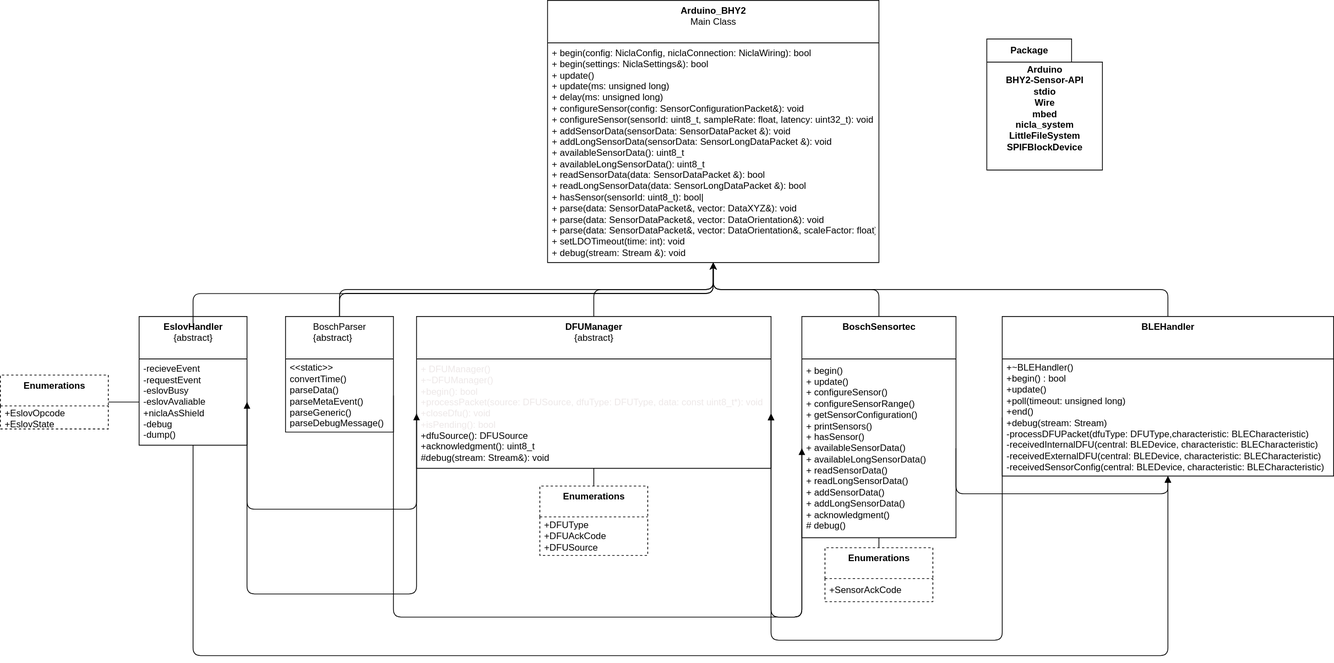
Above: Arduino_BHY2/Arduino_BHY2.UML.drawio.svg in arduino/nicla-sense-me-fw (draw.io), before the change. Source tidied: cells renumbered, new cells last; positions are measured from the earlier drawing's top-left corner, leaving out a move shared by most shapes.
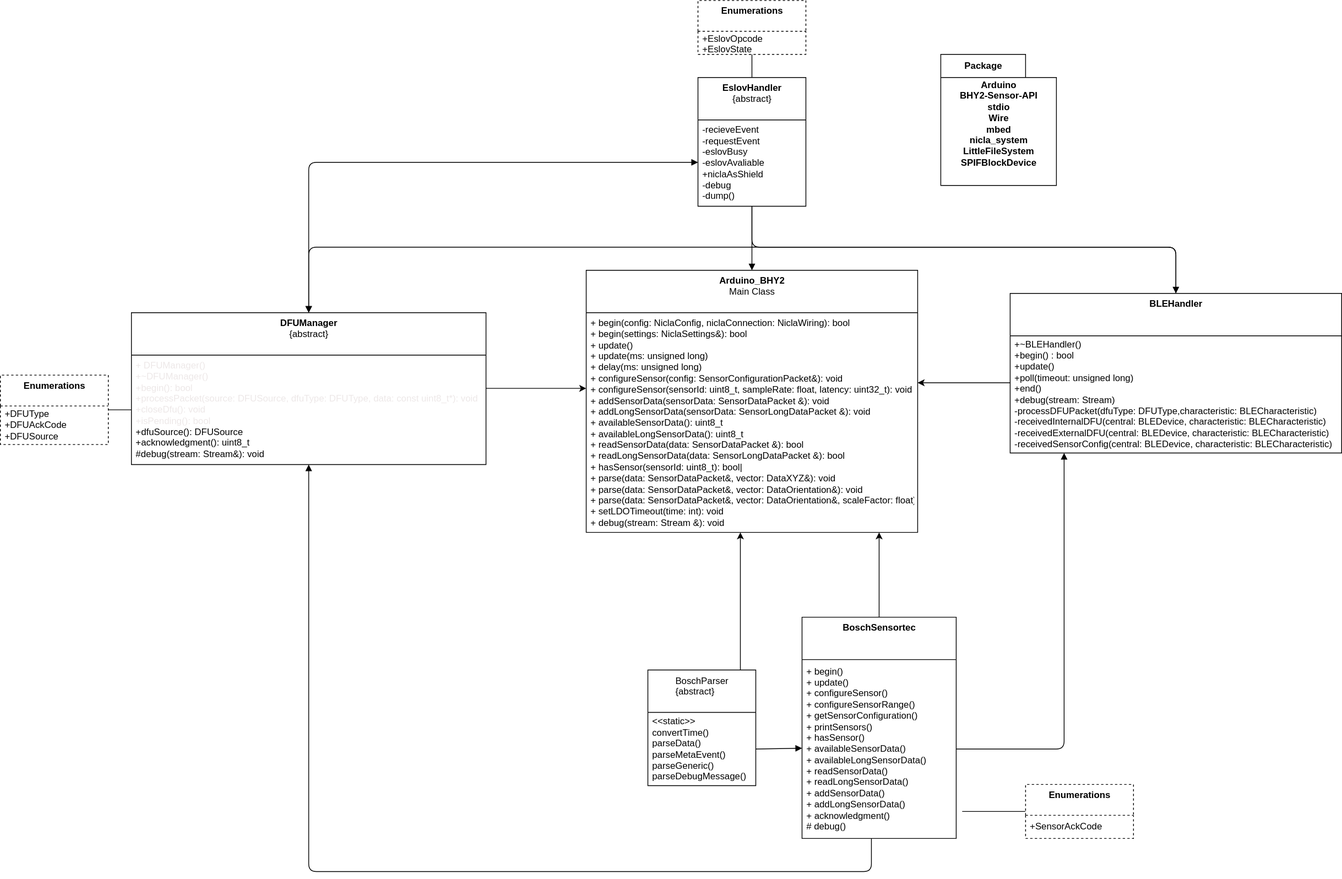
After the commit.

Commit message:
Tidy up position and lines

What changed in the source:
```diff
@@ -3,81 +3,89 @@
     <mxCell id="0" />
     <mxCell id="1" parent="0" />
     <mxCell id="2" value="&lt;b&gt;EslovHandler&lt;br&gt;&lt;/b&gt;{abstract}" style="swimlane;fontStyle=0;align=center;verticalAlign=top;horizontal=1;startSize=55;html=1;" parent="1" vertex="1">
-      <mxGeometry x="180" y="410" width="140" height="167" as="geometry" />
+      <mxGeometry x="755" y="-370" width="140" height="167" as="geometry" />
     </mxCell>
     <mxCell id="3" value="-recieveEvent&lt;br&gt;-requestEvent&lt;br&gt;-eslovBusy&lt;br&gt;-eslovAvaliable&lt;br&gt;+niclaAsShield&lt;br&gt;-debug&lt;br&gt;-dump()" style="text;html=1;strokeColor=none;fillColor=none;align=left;verticalAlign=middle;spacingLeft=4;spacingRight=4;overflow=hidden;points=[[0,0.5],[1,0.5]];portConstraint=eastwest;" parent="2" vertex="1">
       <mxGeometry y="55" width="140" height="112" as="geometry" />
     </mxCell>
-    <mxCell id="4" style="edgeStyle=none;html=1;exitX=1;exitY=0.5;exitDx=0;exitDy=0;entryX=0;entryY=0.5;entryDx=0;entryDy=0;elbow=vertical;endArrow=none;endFill=0;exitPerimeter=0;" parent="1" edge="1" source="5" target="3">
+    <mxCell id="4" style="edgeStyle=none;html=1;entryX=0.5;entryY=0;entryDx=0;entryDy=0;elbow=vertical;endArrow=none;endFill=0;" parent="1" edge="1" source="6" target="2">
       <mxGeometry relative="1" as="geometry" />
     </mxCell>
     <mxCell id="5" value="&lt;b&gt;Enumerations&lt;/b&gt;" style="swimlane;fontStyle=0;align=center;verticalAlign=top;horizontal=1;startSize=40;html=1;rounded=0;dashed=1;" parent="1" vertex="1">
-      <mxGeometry y="486" width="140" height="70" as="geometry" />
+      <mxGeometry x="755" y="-470" width="140" height="70" as="geometry" />
     </mxCell>
     <mxCell id="6" value="+EslovOpcode&lt;br&gt;+EslovState" style="text;html=1;strokeColor=none;fillColor=none;align=left;verticalAlign=middle;spacingLeft=4;spacingRight=4;overflow=hidden;points=[[0,0.5],[1,0.5]];portConstraint=eastwest;rounded=0;dashed=1;" parent="5" vertex="1">
       <mxGeometry y="40" width="140" height="30" as="geometry" />
     </mxCell>
     <mxCell id="7" value="&lt;b&gt;DFUManager&lt;br&gt;&lt;/b&gt;{abstract}" style="swimlane;fontStyle=0;align=center;verticalAlign=top;horizontal=1;startSize=55;html=1;" parent="1" vertex="1">
-      <mxGeometry x="540" y="410" width="460" height="197" as="geometry" />
+      <mxGeometry x="20" y="-65" width="460" height="197" as="geometry" />
     </mxCell>
     <mxCell id="8" value="&lt;font color=&quot;#ede8e8&quot; style=&quot;&quot;&gt;+ DFUManager()&lt;br&gt;+~DFUManager()&lt;br&gt;+begin(): bool&lt;br&gt;+processPacket(source: DFUSource, dfuType: DFUType, data: const uint8_t*): void&lt;br&gt;&lt;/font&gt;&lt;span style=&quot;border: 0px solid rgb(217, 217, 227); box-sizing: border-box; --tw-border-spacing-x:0; --tw-border-spacing-y:0; --tw-translate-x:0; --tw-translate-y:0; --tw-rotate:0; --tw-skew-x:0; --tw-skew-y:0; --tw-scale-x:1; --tw-scale-y:1; --tw-pan-x: ; --tw-pan-y: ; --tw-pinch-zoom: ; --tw-scroll-snap-strictness:proximity; --tw-ordinal: ; --tw-slashed-zero: ; --tw-numeric-figure: ; --tw-numeric-spacing: ; --tw-numeric-fraction: ; --tw-ring-inset: ; --tw-ring-offset-width:0px; --tw-ring-offset-color:#fff; --tw-ring-color:rgba(59,130,246,0.5); --tw-ring-offset-shadow:0 0 transparent; --tw-ring-shadow:0 0 transparent; --tw-shadow:0 0 transparent; --tw-shadow-colored:0 0 transparent; --tw-blur: ; --tw-brightness: ; --tw-contrast: ; --tw-grayscale: ; --tw-hue-rotate: ; --tw-invert: ; --tw-saturate: ; --tw-sepia: ; --tw-drop-shadow: ; --tw-backdrop-blur: ; --tw-backdrop-brightness: ; --tw-backdrop-contrast: ; --tw-backdrop-grayscale: ; --tw-backdrop-hue-rotate: ; --tw-backdrop-invert: ; --tw-backdrop-opacity: ; --tw-backdrop-saturate: ; --tw-backdrop-sepia: ;&quot; class=&quot;hljs-type&quot;&gt;&lt;font color=&quot;#ede8e8&quot;&gt;+closeDfu(): void&lt;br&gt;+isPending(): bool&lt;br&gt;&lt;/font&gt;+dfuSource(): DFUSource&lt;br&gt;+acknowledgment(): uint8_t &lt;br&gt;#debug(stream: Stream&amp;amp;): void&lt;br&gt;&lt;/span&gt;" style="text;html=1;strokeColor=none;fillColor=none;align=left;verticalAlign=middle;spacingLeft=4;spacingRight=4;overflow=hidden;points=[[0,0.5],[1,0.5]];portConstraint=eastwest;" parent="7" vertex="1">
       <mxGeometry y="55" width="460" height="142" as="geometry" />
     </mxCell>
     <mxCell id="9" style="edgeStyle=elbowEdgeStyle;elbow=vertical;html=1;" parent="1" edge="1" source="12" target="17">
-      <mxGeometry relative="1" as="geometry" />
+      <mxGeometry relative="1" as="geometry">
+        <Array as="points">
+          <mxPoint x="810" y="270" />
+        </Array>
+      </mxGeometry>
     </mxCell>
     <mxCell id="10" value="&lt;b&gt;BoschSensortec&lt;br&gt;&lt;/b&gt;" style="swimlane;fontStyle=0;align=center;verticalAlign=top;horizontal=1;startSize=55;html=1;" parent="1" vertex="1">
-      <mxGeometry x="1040" y="410" width="200" height="287" as="geometry" />
+      <mxGeometry x="890" y="330" width="200" height="287" as="geometry" />
     </mxCell>
     <mxCell id="11" value="+ begin()&lt;br&gt;+ update()&lt;br&gt;+ configureSensor()&lt;br&gt;+ configureSensorRange()&lt;br&gt;+ getSensorConfiguration()&lt;br&gt;+ printSensors()&lt;br&gt;+ hasSensor()&lt;br&gt;+ availableSensorData()&lt;br&gt;+ availableLongSensorData()&lt;br&gt;+ readSensorData()&lt;br&gt;+ readLongSensorData()&lt;br&gt;+ addSensorData() &lt;br&gt;+ addLongSensorData()&lt;br&gt;&amp;nbsp;+ acknowledgment()&lt;br&gt;# debug()" style="text;html=1;strokeColor=none;fillColor=none;align=left;verticalAlign=middle;spacingLeft=4;spacingRight=4;overflow=hidden;points=[[0,0.5],[1,0.5]];portConstraint=eastwest;" parent="10" vertex="1">
       <mxGeometry y="55" width="200" height="232" as="geometry" />
     </mxCell>
     <mxCell id="12" value="&lt;span style=&quot;text-align: left;&quot;&gt;BoschParser&lt;br&gt;&lt;div style=&quot;text-align: left;&quot;&gt;&lt;span style=&quot;background-color: initial; text-align: center;&quot;&gt;{abstract}&lt;/span&gt;&lt;/div&gt;&lt;/span&gt;" style="swimlane;fontStyle=0;align=center;verticalAlign=top;horizontal=1;startSize=55;html=1;" parent="1" vertex="1">
-      <mxGeometry x="370" y="410" width="140" height="150" as="geometry" />
+      <mxGeometry x="690" y="398.5" width="140" height="150" as="geometry" />
     </mxCell>
     <mxCell id="13" value="&amp;lt;&amp;lt;static&amp;gt;&amp;gt;&lt;br&gt;convertTime()&lt;br&gt;parseData()&lt;br&gt;parseMetaEvent()&lt;br&gt;parseGeneric()&lt;br&gt;parseDebugMessage()&amp;nbsp;" style="text;html=1;strokeColor=none;fillColor=none;align=left;verticalAlign=middle;spacingLeft=4;spacingRight=4;overflow=hidden;points=[[0,0.5],[1,0.5]];portConstraint=eastwest;" parent="12" vertex="1">
       <mxGeometry y="55" width="140" height="95" as="geometry" />
     </mxCell>
     <mxCell id="14" value="&lt;b&gt;BLEHandler&lt;br&gt;&lt;/b&gt;" style="swimlane;fontStyle=0;align=center;verticalAlign=top;horizontal=1;startSize=55;html=1;" parent="1" vertex="1">
-      <mxGeometry x="1300" y="410" width="430" height="207" as="geometry" />
+      <mxGeometry x="1160" y="-90" width="430" height="207" as="geometry" />
     </mxCell>
     <mxCell id="15" value="+~BLEHandler()&lt;br&gt;+begin() : bool&lt;br&gt;+update()&lt;br&gt;+poll(timeout: unsigned long)&lt;br&gt;+end()&lt;br&gt;+debug(stream: Stream)&lt;br&gt;-processDFUPacket(dfuType: DFUType,characteristic: BLECharacteristic)&lt;br&gt;-receivedInternalDFU(central: BLEDevice, characteristic: BLECharacteristic)&lt;br&gt;-receivedExternalDFU(central: BLEDevice, characteristic: BLECharacteristic)&lt;br&gt;-receivedSensorConfig(central: BLEDevice, characteristic: BLECharacteristic)" style="text;html=1;strokeColor=none;fillColor=none;align=left;verticalAlign=middle;spacingLeft=4;spacingRight=4;overflow=hidden;points=[[0,0.5],[1,0.5]];portConstraint=eastwest;" parent="14" vertex="1">
       <mxGeometry y="55" width="430" height="152" as="geometry" />
     </mxCell>
     <mxCell id="16" value="&lt;b&gt;Arduino_BHY2&lt;/b&gt;&lt;br&gt;Main Class" style="swimlane;fontStyle=0;align=center;verticalAlign=top;horizontal=1;startSize=55;html=1;" parent="1" vertex="1">
-      <mxGeometry x="710" width="430" height="340" as="geometry" />
+      <mxGeometry x="610" y="-120" width="430" height="340" as="geometry" />
     </mxCell>
     <mxCell id="17" value="+ begin(config: NiclaConfig, niclaConnection: NiclaWiring): bool&lt;br&gt;+ begin(settings: NiclaSettings&amp;amp;): bool&lt;br&gt;+ update()&lt;br&gt;+ update(ms: unsigned long)&lt;br&gt;+ delay(ms: unsigned long)&lt;br&gt;+ configureSensor(config: SensorConfigurationPacket&amp;amp;): void&lt;br&gt;+ configureSensor(sensorId: uint8_t, sampleRate: float, latency: uint32_t): void&lt;br&gt;+ addSensorData(sensorData: SensorDataPacket &amp;amp;): void&lt;br&gt;+ addLongSensorData(sensorData: SensorLongDataPacket &amp;amp;): void&lt;br&gt;+ availableSensorData(): uint8_t&lt;br&gt;+ availableLongSensorData(): uint8_t&lt;br&gt;+ readSensorData(data: SensorDataPacket &amp;amp;): bool&lt;br&gt;+ readLongSensorData(data: SensorLongDataPacket &amp;amp;): bool&lt;br&gt;+ hasSensor(sensorId: uint8_t): bool|&lt;br&gt;+ parse(data: SensorDataPacket&amp;amp;, vector: DataXYZ&amp;amp;): void&lt;br&gt;+ parse(data: SensorDataPacket&amp;amp;, vector: DataOrientation&amp;amp;): void&lt;br&gt;+ parse(data: SensorDataPacket&amp;amp;, vector: DataOrientation&amp;amp;, scaleFactor: float): void&lt;br&gt;+ setLDOTimeout(time: int): void&lt;br&gt;+ debug(stream: Stream &amp;amp;): void" style="text;html=1;strokeColor=none;fillColor=none;align=left;verticalAlign=middle;spacingLeft=4;spacingRight=4;overflow=hidden;points=[[0,0.5],[1,0.5]];portConstraint=eastwest;" parent="16" vertex="1">
       <mxGeometry y="55" width="430" height="285" as="geometry" />
     </mxCell>
     <mxCell id="18" value="Package" style="shape=folder;fontStyle=1;tabWidth=110;tabHeight=30;tabPosition=left;html=1;boundedLbl=1;labelInHeader=1;" parent="1" vertex="1">
-      <mxGeometry x="1280" y="50" width="150" height="170" as="geometry" />
+      <mxGeometry x="1070" y="-400" width="150" height="170" as="geometry" />
     </mxCell>
     <mxCell id="19" value="&lt;span style=&quot;font-weight: 700;&quot;&gt;Arduino&lt;/span&gt;&lt;br style=&quot;font-weight: 700;&quot;&gt;&lt;span style=&quot;font-weight: 700;&quot;&gt;BHY2-Sensor-API&lt;/span&gt;&lt;br style=&quot;font-weight: 700;&quot;&gt;&lt;span style=&quot;font-weight: 700;&quot;&gt;stdio&lt;/span&gt;&lt;br style=&quot;font-weight: 700;&quot;&gt;&lt;span style=&quot;font-weight: 700;&quot;&gt;Wire&lt;/span&gt;&lt;br style=&quot;font-weight: 700;&quot;&gt;&lt;span style=&quot;font-weight: 700;&quot;&gt;mbed&lt;/span&gt;&lt;br style=&quot;font-weight: 700;&quot;&gt;&lt;span style=&quot;font-weight: 700;&quot;&gt;nicla_system&lt;/span&gt;&lt;br style=&quot;font-weight: 700;&quot;&gt;&lt;span style=&quot;font-weight: 700;&quot;&gt;LittleFileSystem&lt;/span&gt;&lt;br style=&quot;font-weight: 700;&quot;&gt;&lt;span style=&quot;font-weight: 700;&quot;&gt;SPIFBlockDevice&lt;/span&gt;" style="html=1;strokeColor=none;fillColor=none;" parent="18" vertex="1">
       <mxGeometry width="150" height="119" relative="1" as="geometry">
         <mxPoint y="30" as="offset" />
       </mxGeometry>
     </mxCell>
-    <mxCell id="20" style="edgeStyle=none;html=1;exitX=0.5;exitY=0;exitDx=0;exitDy=0;endArrow=none;endFill=0;elbow=vertical;" parent="1" edge="1" source="21" target="11">
+    <mxCell id="20" style="edgeStyle=none;html=1;exitX=0;exitY=0.5;exitDx=0;exitDy=0;endArrow=none;endFill=0;elbow=vertical;entryX=1.039;entryY=0.849;entryDx=0;entryDy=0;entryPerimeter=0;" parent="1" edge="1" source="21" target="11">
       <mxGeometry relative="1" as="geometry" />
     </mxCell>
     <mxCell id="21" value="&lt;b&gt;Enumerations&lt;/b&gt;" style="swimlane;fontStyle=0;align=center;verticalAlign=top;horizontal=1;startSize=40;html=1;rounded=0;dashed=1;" parent="1" vertex="1">
-      <mxGeometry x="1070" y="710" width="140" height="70" as="geometry" />
+      <mxGeometry x="1180" y="547" width="140" height="70" as="geometry" />
     </mxCell>
     <mxCell id="22" value="+SensorAckCode" style="text;html=1;strokeColor=none;fillColor=none;align=left;verticalAlign=middle;spacingLeft=4;spacingRight=4;overflow=hidden;rounded=0;dashed=1;" parent="21" vertex="1">
       <mxGeometry y="40" width="140" height="30" as="geometry" />
     </mxCell>
-    <mxCell id="23" style="edgeStyle=none;html=1;exitX=0.5;exitY=0;exitDx=0;exitDy=0;endArrow=none;endFill=0;elbow=vertical;" parent="1" edge="1" source="24" target="8">
+    <mxCell id="23" style="edgeStyle=none;html=1;endArrow=none;endFill=0;elbow=vertical;entryX=0;entryY=0.5;entryDx=0;entryDy=0;" parent="1" edge="1" source="24" target="8">
       <mxGeometry relative="1" as="geometry" />
     </mxCell>
     <mxCell id="24" value="&lt;b&gt;Enumerations&lt;/b&gt;" style="swimlane;fontStyle=0;align=center;verticalAlign=top;horizontal=1;startSize=40;html=1;rounded=0;dashed=1;" parent="1" vertex="1">
-      <mxGeometry x="700" y="630" width="140" height="90" as="geometry" />
+      <mxGeometry x="-150" y="16" width="140" height="90" as="geometry" />
     </mxCell>
     <mxCell id="25" value="+DFUType&lt;br&gt;+DFUAckCode&lt;br&gt;+DFUSource" style="text;html=1;strokeColor=none;fillColor=none;align=left;verticalAlign=middle;spacingLeft=4;spacingRight=4;overflow=hidden;rounded=0;dashed=1;" parent="24" vertex="1">
       <mxGeometry y="40" width="140" height="50" as="geometry" />
     </mxCell>
     <mxCell id="26" style="edgeStyle=elbowEdgeStyle;elbow=vertical;html=1;" parent="1" edge="1" source="10" target="17">
-      <mxGeometry relative="1" as="geometry" />
+      <mxGeometry relative="1" as="geometry">
+        <Array as="points">
+          <mxPoint x="990" y="230" />
+        </Array>
+      </mxGeometry>
     </mxCell>
     <mxCell id="27" style="edgeStyle=elbowEdgeStyle;elbow=vertical;html=1;" parent="1" edge="1" source="7" target="17">
       <mxGeometry relative="1" as="geometry" />
@@ -85,28 +93,18 @@
     <mxCell id="28" style="edgeStyle=elbowEdgeStyle;elbow=vertical;html=1;" parent="1" edge="1" source="14" target="17">
       <mxGeometry relative="1" as="geometry" />
     </mxCell>
-    <mxCell id="29" style="edgeStyle=elbowEdgeStyle;elbow=vertical;html=1;exitX=0.5;exitY=0;exitDx=0;exitDy=0;" parent="1" edge="1" target="17">
-      <mxGeometry relative="1" as="geometry">
-        <mxPoint x="250" y="421" as="sourcePoint" />
-      </mxGeometry>
-    </mxCell>
-    <mxCell id="30" style="edgeStyle=elbowEdgeStyle;elbow=vertical;html=1;endArrow=block;endFill=1;" parent="1" edge="1" source="3" target="15">
+    <mxCell id="30" style="edgeStyle=elbowEdgeStyle;elbow=vertical;html=1;endArrow=block;endFill=1;entryX=0.5;entryY=0;entryDx=0;entryDy=0;" parent="1" edge="1" source="3" target="14">
       <mxGeometry relative="1" as="geometry">
         <Array as="points">
+          <mxPoint x="1120" y="-150" />
           <mxPoint x="1040" y="850" />
         </Array>
       </mxGeometry>
     </mxCell>
-    <mxCell id="31" style="edgeStyle=elbowEdgeStyle;elbow=vertical;html=1;" parent="1" edge="1" source="12" target="17">
-      <mxGeometry relative="1" as="geometry">
-        <Array as="points">
-          <mxPoint x="520" y="380" />
-        </Array>
-      </mxGeometry>
-    </mxCell>
     <mxCell id="32" style="edgeStyle=elbowEdgeStyle;elbow=vertical;html=1;exitX=1;exitY=0.5;exitDx=0;exitDy=0;endArrow=block;endFill=1;" parent="1" edge="1" source="11" target="15">
       <mxGeometry relative="1" as="geometry">
         <Array as="points">
+          <mxPoint x="1230" y="501" />
           <mxPoint x="1515" y="640" />
           <mxPoint x="1270" y="670" />
         </Array>
@@ -115,37 +113,35 @@
     <mxCell id="33" style="edgeStyle=elbowEdgeStyle;elbow=vertical;html=1;exitX=1;exitY=0.5;exitDx=0;exitDy=0;entryX=0;entryY=0.5;entryDx=0;entryDy=0;endArrow=block;endFill=1;" parent="1" edge="1" source="13" target="11">
       <mxGeometry relative="1" as="geometry">
         <Array as="points">
-          <mxPoint x="850" y="800" />
+          <mxPoint x="870" y="500" />
         </Array>
       </mxGeometry>
     </mxCell>
-    <mxCell id="34" style="edgeStyle=elbowEdgeStyle;elbow=vertical;html=1;exitX=0;exitY=0.5;exitDx=0;exitDy=0;entryX=1;entryY=0.5;entryDx=0;entryDy=0;endArrow=block;endFill=1;" parent="1" edge="1" source="15" target="8">
+    <mxCell id="34" style="edgeStyle=elbowEdgeStyle;elbow=vertical;html=1;entryX=0.5;entryY=0;entryDx=0;entryDy=0;endArrow=block;endFill=1;exitX=0.5;exitY=0;exitDx=0;exitDy=0;" parent="1" edge="1" source="14" target="7">
       <mxGeometry relative="1" as="geometry">
         <Array as="points">
+          <mxPoint x="940" y="-150" />
           <mxPoint x="1290" y="830" />
         </Array>
       </mxGeometry>
     </mxCell>
-    <mxCell id="35" style="edgeStyle=elbowEdgeStyle;elbow=vertical;html=1;exitX=1;exitY=0.5;exitDx=0;exitDy=0;entryX=0;entryY=0.5;entryDx=0;entryDy=0;endArrow=block;endFill=1;" parent="1" edge="1" source="3" target="8">
-      <mxGeometry relative="1" as="geometry">
-        <Array as="points">
-          <mxPoint x="380" y="770" />
-        </Array>
-      </mxGeometry>
-    </mxCell>
-    <mxCell id="36" style="edgeStyle=elbowEdgeStyle;elbow=vertical;html=1;exitX=0;exitY=0.5;exitDx=0;exitDy=0;entryX=1;entryY=0.5;entryDx=0;entryDy=0;endArrow=block;endFill=1;" parent="1" edge="1" source="8" target="3">
+    <mxCell id="36" style="edgeStyle=elbowEdgeStyle;elbow=vertical;html=1;exitX=0.5;exitY=0;exitDx=0;exitDy=0;entryX=0;entryY=0.5;entryDx=0;entryDy=0;endArrow=block;endFill=1;startArrow=block;startFill=1;" parent="1" edge="1" source="7" target="3">
       <mxGeometry relative="1" as="geometry">
         <Array as="points">
+          <mxPoint x="400" y="-260" />
           <mxPoint x="360" y="660" />
         </Array>
       </mxGeometry>
     </mxCell>
-    <mxCell id="37" style="edgeStyle=elbowEdgeStyle;elbow=vertical;html=1;exitX=0;exitY=0.5;exitDx=0;exitDy=0;entryX=1;entryY=0.5;entryDx=0;entryDy=0;endArrow=block;endFill=1;" parent="1" edge="1" source="11" target="8">
+    <mxCell id="37" style="edgeStyle=elbowEdgeStyle;elbow=vertical;html=1;endArrow=block;endFill=1;" parent="1" edge="1" source="11" target="8">
       <mxGeometry relative="1" as="geometry">
         <Array as="points">
-          <mxPoint x="1010" y="800" />
+          <mxPoint x="980" y="660" />
         </Array>
       </mxGeometry>
     </mxCell>
+    <mxCell id="38" style="edgeStyle=elbowEdgeStyle;elbow=vertical;html=1;endArrow=block;endFill=1;" parent="1" edge="1" source="3" target="16">
+      <mxGeometry relative="1" as="geometry" />
+    </mxCell>
   </root>
 </mxGraphModel>
```
